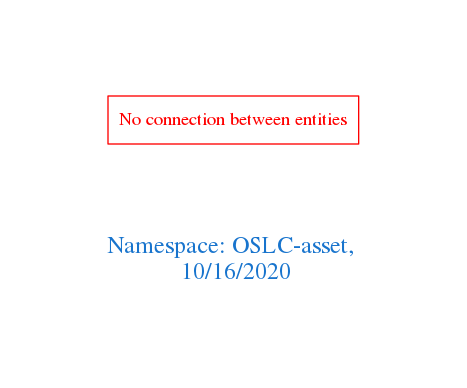
This is downloads/OSLC-asset.png from arago/OGIT, a Graphviz export, as it was before one commit. Its source is kept beside it as downloads/OSLC-asset.dot.
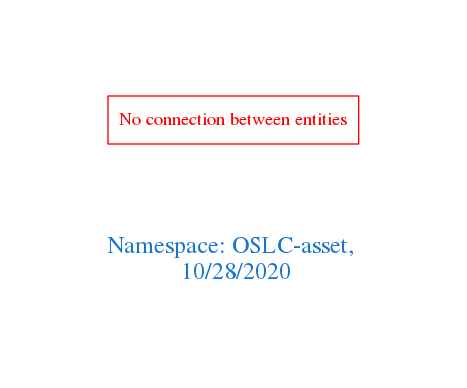
The same file after the commit.

Change to the diagram source:
```diff
@@ -1,7 +1,7 @@
 digraph OGIT_ontology {
  graph [ rankdir= LR,pad=1
 fontsize = 18,
-fontcolor= dodgerblue3,label = "\n\n\nNamespace: OSLC-asset, \n 10/16/2020"];
+fontcolor= dodgerblue3,label = "\n\n\nNamespace: OSLC-asset, \n 10/28/2020"];
 node[shape=polygon];
 edge [  color="gray81"];
 
```
